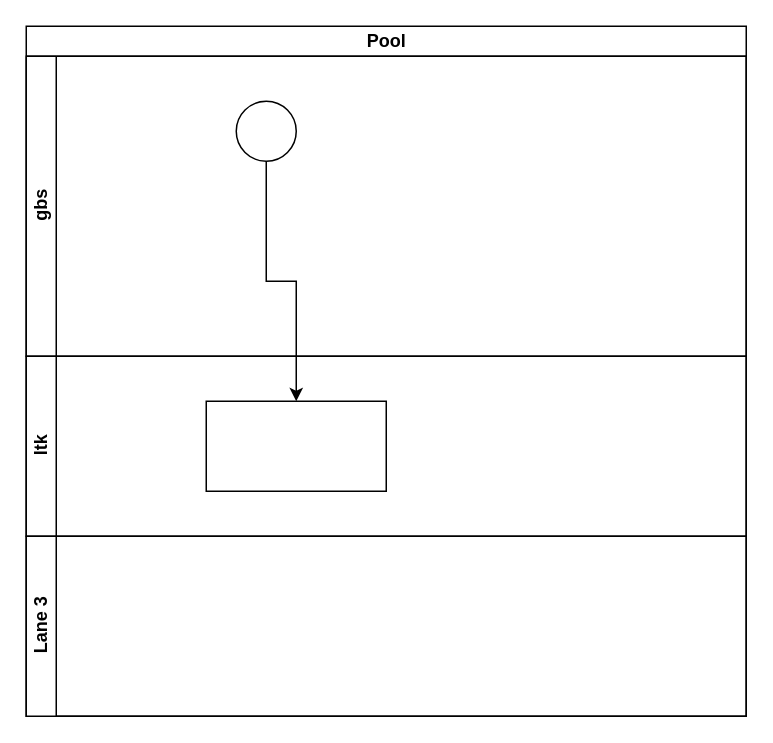
Earlier version of the draw.io diagram biz_BL issue.drawio (yi2003/diagram). Source tidied: cells renumbered, new cells numbered last; positions are measured from the earlier drawing's top-left corner, leaving out a move shared by most shapes. Both pictures are drawn from the tidied source at 150%, with x=0, y=0 at pixel (26, 26).
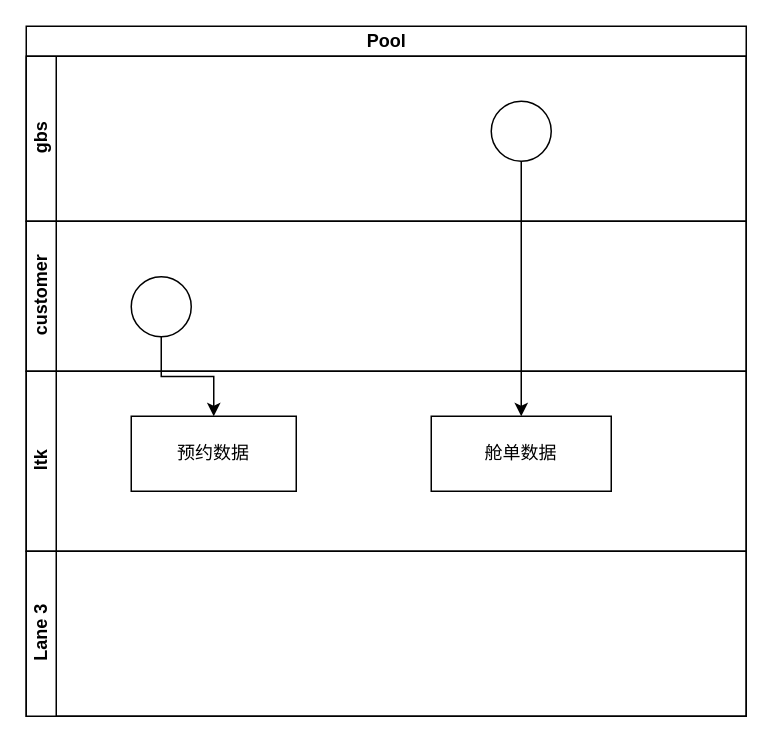
After the change.

Diff of the diagram source:
```diff
@@
 <mxGraphModel>
   <root>
     <mxCell id="0" />
     <mxCell id="1" parent="0" />
     <mxCell id="2" value="Pool" style="swimlane;horizontal=1;startSize=20;html=1;" parent="1" vertex="1">
       <mxGeometry width="480" height="460" as="geometry" />
     </mxCell>
     <mxCell id="3" value="gbs" style="swimlane;startSize=20;horizontal=0;html=1;" parent="2" vertex="1">
-      <mxGeometry y="20" width="480" height="200" as="geometry" />
+      <mxGeometry y="20" width="480" height="110" as="geometry" />
     </mxCell>
     <mxCell id="4" style="ellipse;whiteSpace=wrap;html=1;" parent="3" vertex="1">
-      <mxGeometry x="140" y="30" width="40" height="40" as="geometry" />
+      <mxGeometry x="310" y="30" width="40" height="40" as="geometry" />
     </mxCell>
+    <mxCell id="9" value="customer" style="swimlane;startSize=20;horizontal=0;html=1;" parent="2" vertex="1">
+      <mxGeometry y="130" width="480" height="100" as="geometry" />
+    </mxCell>
+    <mxCell id="10" style="ellipse;whiteSpace=wrap;html=1;" parent="9" vertex="1">
+      <mxGeometry x="70" y="37" width="40" height="40" as="geometry" />
+    </mxCell>
     <mxCell id="5" value="ltk" style="swimlane;startSize=20;horizontal=0;html=1;" parent="2" vertex="1">
-      <mxGeometry y="220" width="480" height="120" as="geometry" />
+      <mxGeometry y="230" width="480" height="120" as="geometry" />
     </mxCell>
-    <mxCell id="6" style="whiteSpace=wrap;html=1;" parent="5" vertex="1">
-      <mxGeometry x="120" y="30" width="120" height="60" as="geometry" />
+    <mxCell id="6" value="舱单数据" style="whiteSpace=wrap;html=1;" parent="5" vertex="1">
+      <mxGeometry x="270" y="30" width="120" height="50" as="geometry" />
     </mxCell>
+    <mxCell id="11" value="预约数据" style="whiteSpace=wrap;html=1;" parent="5" vertex="1">
+      <mxGeometry x="70" y="30" width="110" height="50" as="geometry" />
+    </mxCell>
     <mxCell id="7" value="Lane 3" style="swimlane;startSize=20;horizontal=0;html=1;" parent="2" vertex="1">
-      <mxGeometry y="340" width="480" height="120" as="geometry" />
+      <mxGeometry y="350" width="480" height="110" as="geometry" />
     </mxCell>
     <mxCell id="8" style="edgeStyle=orthogonalEdgeStyle;rounded=0;jettySize=auto;html=1;" parent="2" edge="1" source="4" target="6">
       <mxGeometry relative="1" as="geometry" />
     </mxCell>
+    <mxCell id="12" style="edgeStyle=orthogonalEdgeStyle;rounded=0;jettySize=auto;html=1;" parent="2" edge="1" source="10" target="11">
+      <mxGeometry relative="1" as="geometry" />
+    </mxCell>
   </root>
 </mxGraphModel>
```
